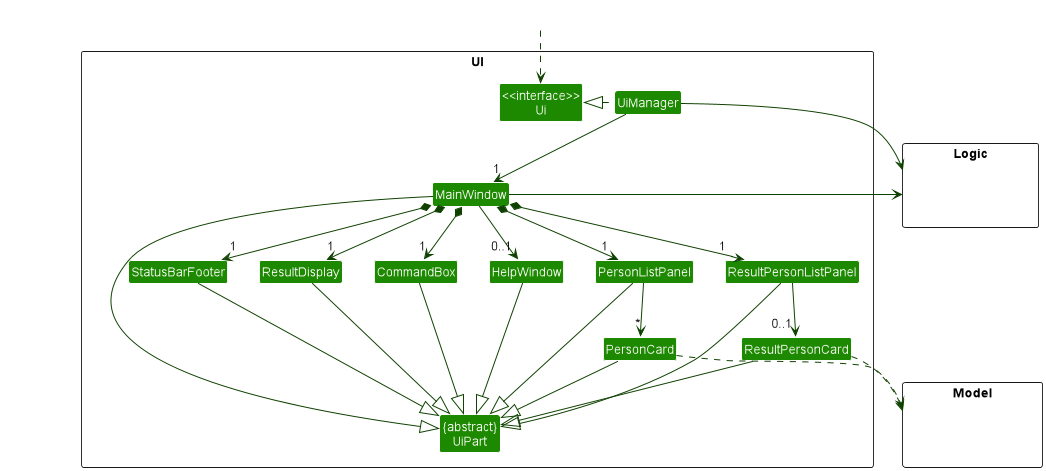
Above: docs/images/UiClassDiagram.png in nus-cs2103-AY2223S2/tp (PlantUML), before the change.
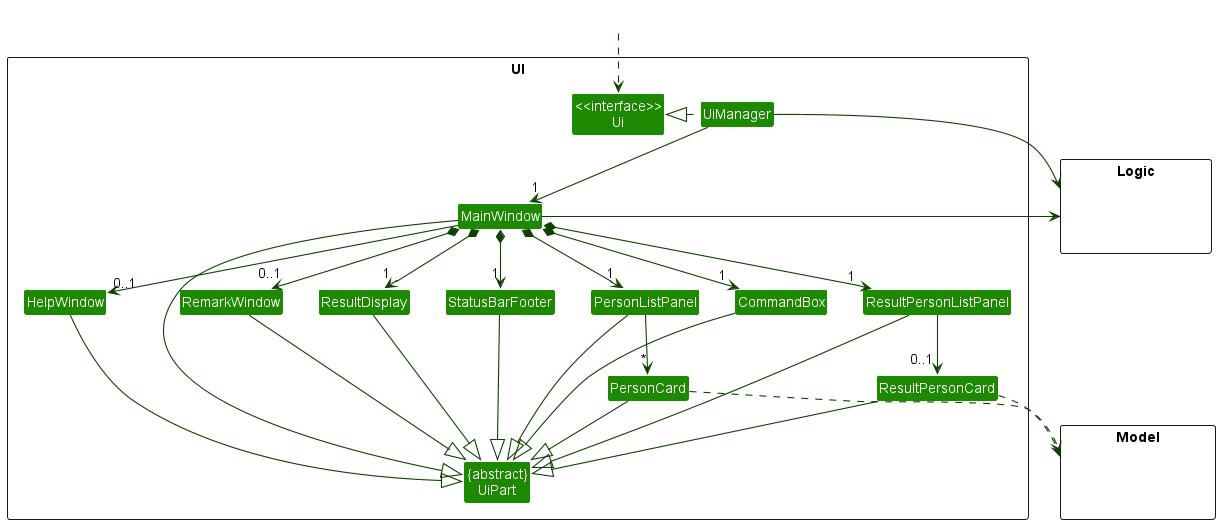
Later version of the same file.

Commit message:
draft remark sequence diagram update Ui class diagram

Diff of the diagram source:
```diff
@@ -17,6 +17,7 @@
 Class CommandBox
 Class ResultPersonCard
 Class ResultPersonListPanel
+Class RemarkWindow
 }
 
 package Model <<Rectangle>> {
@@ -38,6 +39,7 @@
 MainWindow *-down-> "1" ResultPersonListPanel
 MainWindow *-down-> "1" StatusBarFooter
 MainWindow --> "0..1" HelpWindow
+MainWindow *-down-> "0..1" RemarkWindow
 
 PersonListPanel -down-> "*" PersonCard
 ResultPersonListPanel -down-> "0..1" ResultPersonCard
@@ -52,6 +54,7 @@
 HelpWindow --|> UiPart
 ResultPersonCard --|> UiPart
 ResultPersonListPanel --|> UiPart
+RemarkWindow --|> UiPart
 
 PersonCard ..> Model
 ResultPersonCard ..> Model
@@ -62,6 +65,7 @@
 HelpWindow -[hidden]left- CommandBox
 CommandBox -[hidden]left- ResultDisplay
 ResultDisplay -[hidden]left- StatusBarFooter
+RemarkWindow -[hidden]left- PersonListPanel
 
 MainWindow -[hidden]-|> UiPart
 @enduml
```
